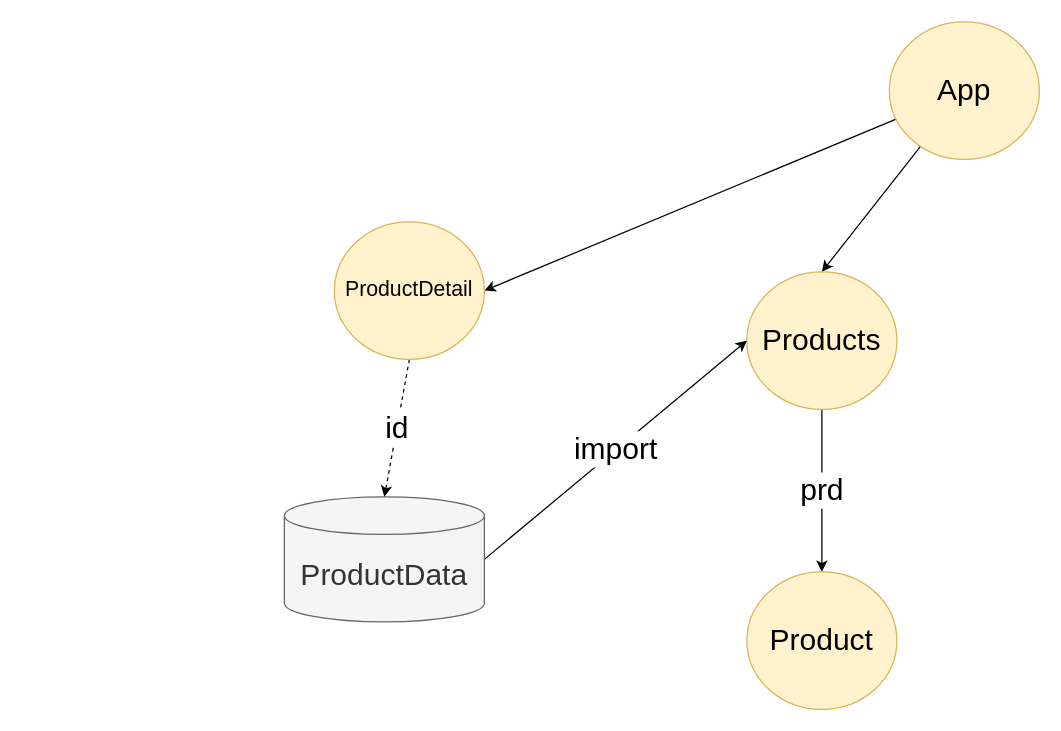
The draw.io diagram page "ProductApp" (2 of 2) of Drawings.drawio in zcomert/BTK-AI-based-Web-Apps, before the edit. Source tidied: cells renumbered, new cells numbered last; positions are measured from the earlier drawing's top-left corner, leaving out a move shared by most shapes. Both pictures are drawn from the tidied source at 125%, with x=0, y=0 at pixel (284, 21).
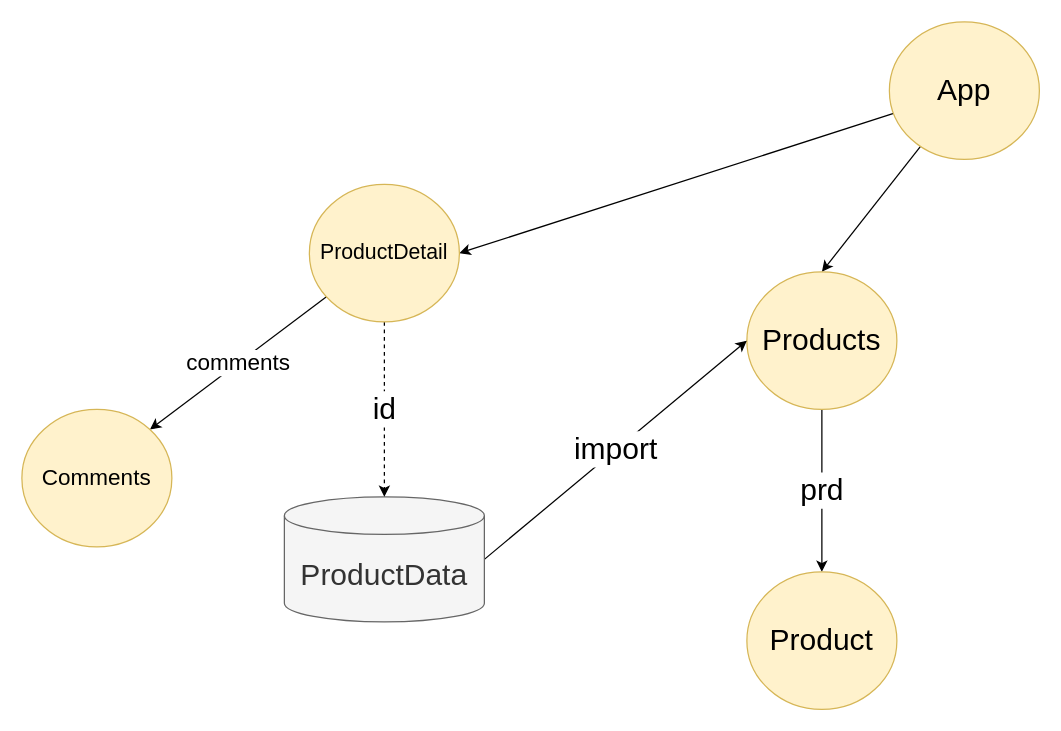
The same page after the edit.

Commit message (it also covers changes not shown here):
Comments component has been done.

What changed in the source:
```diff
@@
 <mxGraphModel>
   <root>
     <mxCell id="0" />
     <mxCell id="1" parent="0" />
     <mxCell id="2" style="rounded=0;jettySize=auto;html=1;entryX=0.5;entryY=0;entryDx=0;entryDy=0;fontSize=24;" parent="1" edge="1" source="4" target="6">
       <mxGeometry relative="1" as="geometry" />
     </mxCell>
     <mxCell id="3" style="edgeStyle=none;rounded=0;jettySize=auto;html=1;entryX=1;entryY=0.5;entryDx=0;entryDy=0;fontSize=17;" parent="1" edge="1" source="4" target="11">
       <mxGeometry relative="1" as="geometry" />
     </mxCell>
     <mxCell id="4" value="App" style="ellipse;whiteSpace=wrap;html=1;fontSize=24;fillColor=#fff2cc;strokeColor=#d6b656;" parent="1" vertex="1">
       <mxGeometry x="484" width="120" height="110" as="geometry" />
     </mxCell>
     <mxCell id="5" value="prd" style="edgeStyle=none;rounded=0;jettySize=auto;html=1;fontSize=24;" parent="1" edge="1" source="6" target="10">
       <mxGeometry relative="1" as="geometry" />
     </mxCell>
     <mxCell id="6" value="Products" style="ellipse;whiteSpace=wrap;html=1;fontSize=24;fillColor=#fff2cc;strokeColor=#d6b656;" parent="1" vertex="1">
       <mxGeometry x="370" y="200" width="120" height="110" as="geometry" />
     </mxCell>
     <mxCell id="7" value="import" style="rounded=0;jettySize=auto;html=1;entryX=0;entryY=0.5;entryDx=0;entryDy=0;fontSize=24;exitX=1;exitY=0.5;exitDx=0;exitDy=0;exitPerimeter=0;" parent="1" edge="1" source="8" target="6">
       <mxGeometry relative="1" as="geometry" />
     </mxCell>
     <mxCell id="8" value="ProductData" style="shape=cylinder3;whiteSpace=wrap;html=1;boundedLbl=1;backgroundOutline=1;size=15;fontSize=24;fillColor=#f5f5f5;strokeColor=#666666;fontColor=#333333;" parent="1" vertex="1">
       <mxGeometry y="380" width="160" height="100" as="geometry" />
     </mxCell>
     <mxCell id="9" value="id" style="edgeStyle=none;rounded=0;jettySize=auto;html=1;fontSize=24;dashed=1;exitX=0.5;exitY=1;exitDx=0;exitDy=0;entryX=0.5;entryY=0;entryDx=0;entryDy=0;entryPerimeter=0;" parent="1" edge="1" source="11" target="8">
       <mxGeometry relative="1" as="geometry" />
     </mxCell>
     <mxCell id="10" value="Product" style="ellipse;whiteSpace=wrap;html=1;fontSize=24;fillColor=#fff2cc;strokeColor=#d6b656;" parent="1" vertex="1">
       <mxGeometry x="370" y="440" width="120" height="110" as="geometry" />
     </mxCell>
+    <mxCell id="12" value="comments" style="edgeStyle=none;rounded=0;jettySize=auto;html=1;entryX=1;entryY=0;entryDx=0;entryDy=0;fontSize=18;" parent="1" edge="1" source="11" target="13">
+      <mxGeometry relative="1" as="geometry" />
+    </mxCell>
     <mxCell id="11" value="ProductDetail" style="ellipse;whiteSpace=wrap;html=1;fontSize=17;fillColor=#fff2cc;strokeColor=#d6b656;" parent="1" vertex="1">
-      <mxGeometry x="40" y="160" width="120" height="110" as="geometry" />
+      <mxGeometry x="20" y="130" width="120" height="110" as="geometry" />
     </mxCell>
+    <mxCell id="13" value="Comments" style="ellipse;whiteSpace=wrap;html=1;fontSize=18;fillColor=#fff2cc;strokeColor=#d6b656;" parent="1" vertex="1">
+      <mxGeometry x="-210" y="310" width="120" height="110" as="geometry" />
+    </mxCell>
   </root>
 </mxGraphModel>
```
